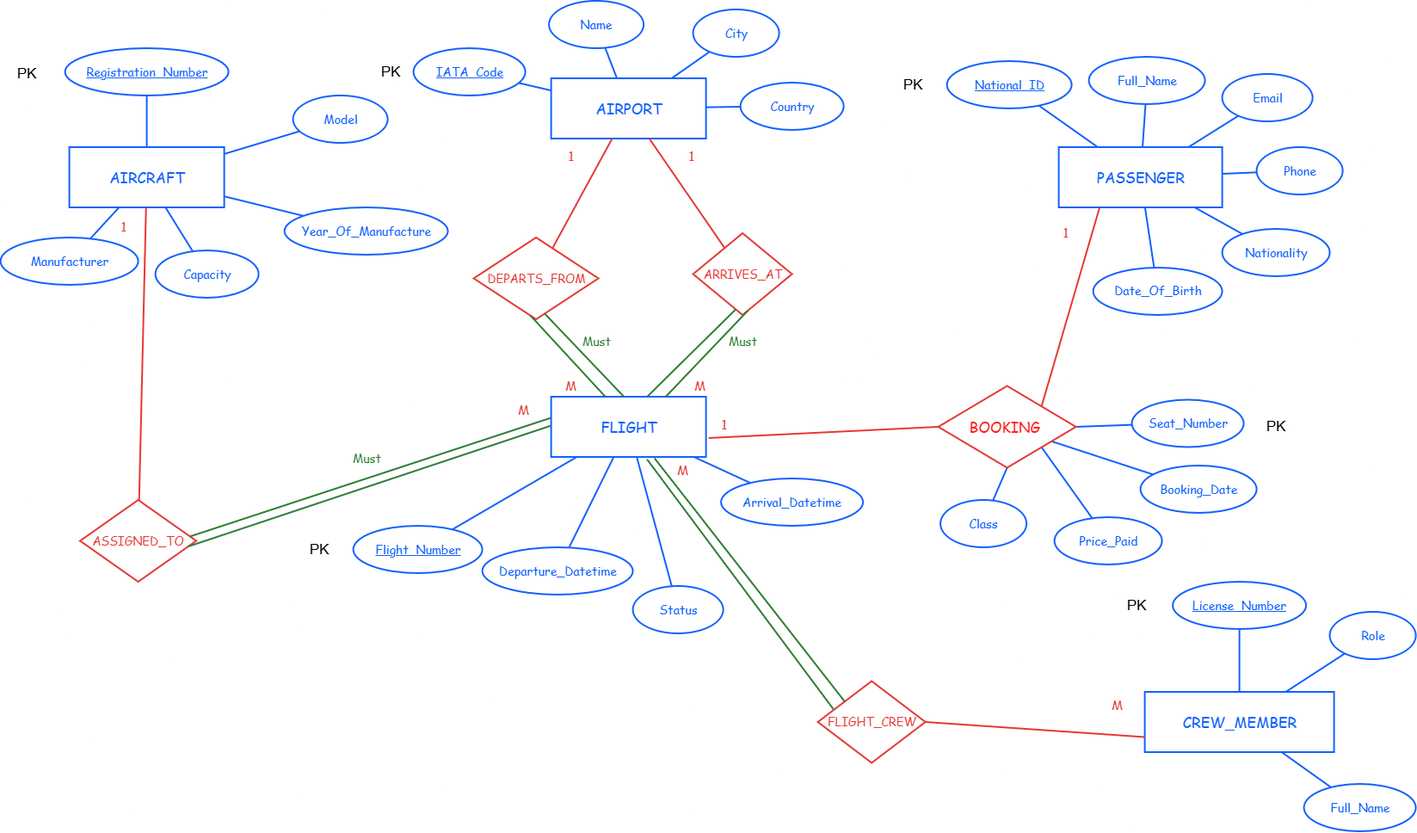
The draw.io diagram ERD/SkyTrack_Step1_Chen_ERD.drawio.png in M0hammedAlnajjar/database-project, before a commit. Source tidied: cells renumbered, new cells last; positions are measured from the earlier drawing's top-left corner, leaving out a move shared by most shapes.
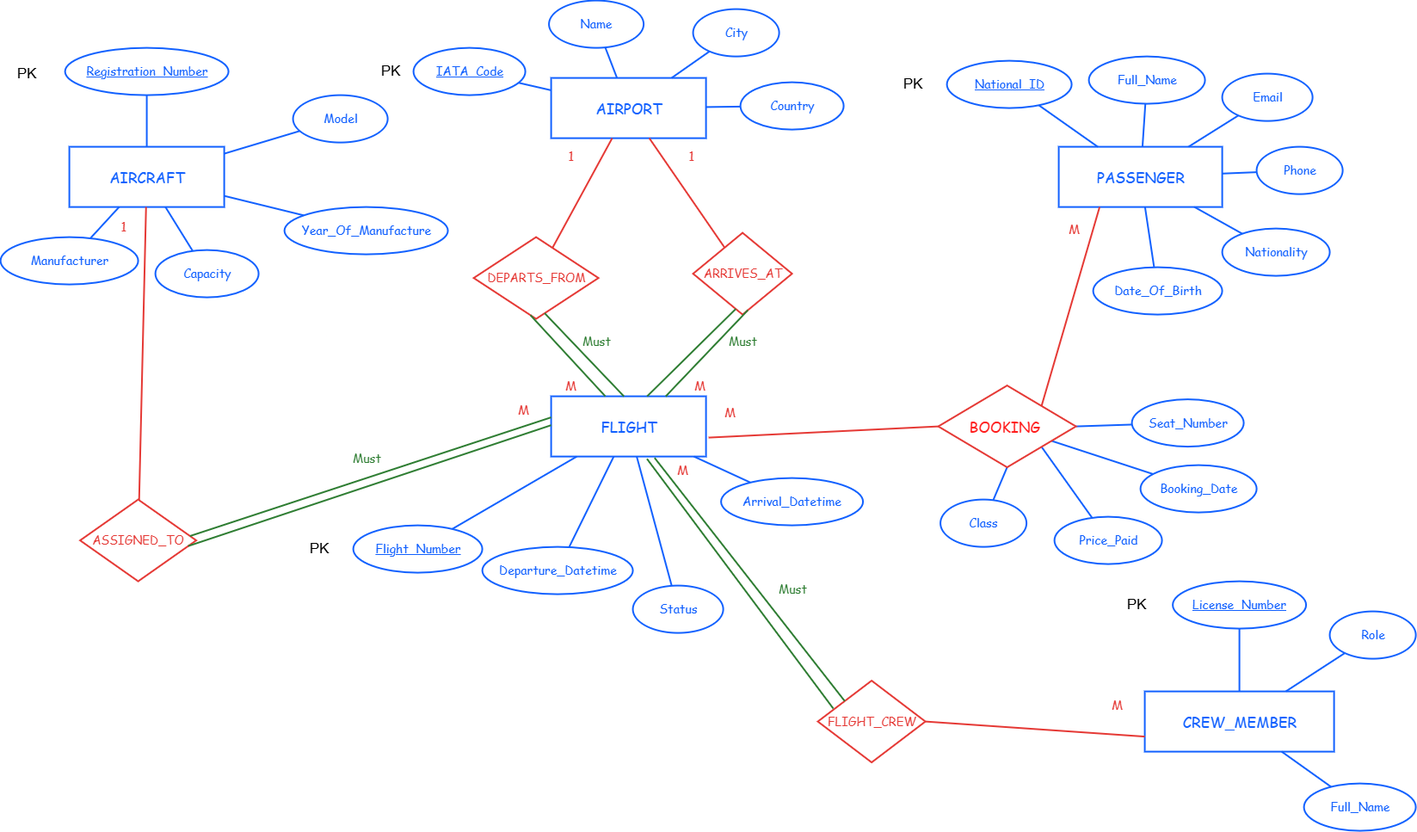
The same diagram one commit later.

The edit, as a diff of the source:
```diff
@@ -170,8 +170,10 @@
     <mxCell id="57" style="rounded=0;jettySize=auto;html=1;endArrow=none;startArrow=none;strokeColor=#e53935;strokeWidth=2;" parent="1" edge="1" source="3" target="53">
       <mxGeometry relative="1" as="geometry" />
     </mxCell>
-    <mxCell id="58" style="rounded=0;jettySize=auto;html=1;endArrow=none;startArrow=none;strokeColor=#e53935;strokeWidth=2;entryX=0;entryY=0.5;entryDx=0;entryDy=0;exitX=0;exitY=1;exitDx=0;exitDy=0;" parent="1" edge="1" source="79" target="91">
-      <mxGeometry relative="1" as="geometry" />
+    <mxCell id="58" style="rounded=0;jettySize=auto;html=1;endArrow=none;startArrow=none;strokeColor=#e53935;strokeWidth=2;entryX=0;entryY=0.5;entryDx=0;entryDy=0;exitX=0;exitY=1;exitDx=0;exitDy=0;" parent="1" edge="1" target="91">
+      <mxGeometry relative="1" as="geometry">
+        <mxPoint x="823" y="508" as="sourcePoint" />
+      </mxGeometry>
     </mxCell>
     <mxCell id="59" style="rounded=0;jettySize=auto;html=1;endArrow=none;startArrow=none;strokeColor=#e53935;strokeWidth=2;entryX=0;entryY=0.75;entryDx=0;entryDy=0;exitX=1;exitY=0.5;exitDx=0;exitDy=0;" parent="1" edge="1" source="54" target="6">
       <mxGeometry relative="1" as="geometry" />
@@ -233,9 +235,6 @@
     <mxCell id="78" value="M" style="text;html=1;strokeColor=none;fillColor=none;fontColor=#e53935;fontSize=15;fontFamily=Comic Sans MS;align=center;verticalAlign=middle;" parent="1" vertex="1">
       <mxGeometry x="795" y="432" width="35" height="28" as="geometry" />
     </mxCell>
-    <mxCell id="79" value="1" style="text;html=1;strokeColor=none;fillColor=none;fontColor=#e53935;fontSize=15;fontFamily=Comic Sans MS;align=center;verticalAlign=middle;" parent="1" vertex="1">
-      <mxGeometry x="823" y="474" width="35" height="34" as="geometry" />
-    </mxCell>
     <mxCell id="80" value="M" style="text;html=1;strokeColor=none;fillColor=none;fontColor=#e53935;fontSize=15;fontFamily=Comic Sans MS;align=center;verticalAlign=middle;" parent="1" vertex="1">
       <mxGeometry x="775" y="530" width="35" height="28" as="geometry" />
     </mxCell>
@@ -275,17 +274,20 @@
     <mxCell id="92" style="rounded=0;jettySize=auto;html=1;endArrow=none;startArrow=none;strokeColor=#e53935;strokeWidth=2;entryX=0.25;entryY=1;entryDx=0;entryDy=0;exitX=1;exitY=0;exitDx=0;exitDy=0;" parent="1" edge="1" source="91" target="5">
       <mxGeometry relative="1" as="geometry" />
     </mxCell>
-    <mxCell id="93" value="1" style="text;html=1;strokeColor=none;fillColor=none;fontColor=#e53935;fontSize=15;fontFamily=Comic Sans MS;align=center;verticalAlign=middle;" parent="1" vertex="1">
-      <mxGeometry x="1220" y="250.5" width="35" height="34" as="geometry" />
-    </mxCell>
-    <mxCell id="94" value="&lt;font style=&quot;font-size: 17px;&quot;&gt;PK&lt;/font&gt;" style="text;html=1;whiteSpace=wrap;strokeColor=none;fillColor=none;align=center;verticalAlign=middle;rounded=0;" parent="1" vertex="1">
-      <mxGeometry x="1452.5" y="480" width="60" height="30" as="geometry" />
-    </mxCell>
     <mxCell id="95" style="rounded=0;jettySize=auto;html=1;endArrow=none;startArrow=none;strokeColor=#2e7d32;strokeWidth=2;exitX=0.668;exitY=1.022;exitDx=0;exitDy=0;exitPerimeter=0;entryX=0;entryY=0;entryDx=0;entryDy=0;" parent="1" edge="1" source="4" target="54">
       <mxGeometry relative="1" as="geometry" />
     </mxCell>
     <mxCell id="96" style="rounded=0;jettySize=auto;html=1;endArrow=none;startArrow=none;strokeColor=#2e7d32;strokeWidth=2;exitX=0.619;exitY=1.039;exitDx=0;exitDy=0;exitPerimeter=0;entryX=0.144;entryY=0.342;entryDx=0;entryDy=0;entryPerimeter=0;" parent="1" edge="1" source="4" target="54">
       <mxGeometry relative="1" as="geometry" />
     </mxCell>
+    <mxCell id="97" value="Must" style="text;html=1;strokeColor=none;fillColor=none;fontColor=#2e7d32;fontSize=14;fontFamily=Comic Sans MS;align=center;verticalAlign=middle;" parent="1" vertex="1">
+      <mxGeometry x="887.5" y="670" width="65" height="28" as="geometry" />
+    </mxCell>
+    <mxCell id="98" value="M" style="text;html=1;strokeColor=none;fillColor=none;fontColor=#e53935;fontSize=15;fontFamily=Comic Sans MS;align=center;verticalAlign=middle;" parent="1" vertex="1">
+      <mxGeometry x="830" y="463.5" width="35" height="28" as="geometry" />
+    </mxCell>
+    <mxCell id="99" value="M" style="text;html=1;strokeColor=none;fillColor=none;fontColor=#e53935;fontSize=15;fontFamily=Comic Sans MS;align=center;verticalAlign=middle;" parent="1" vertex="1">
+      <mxGeometry x="1230" y="250" width="35" height="28" as="geometry" />
+    </mxCell>
   </root>
 </mxGraphModel>
```
